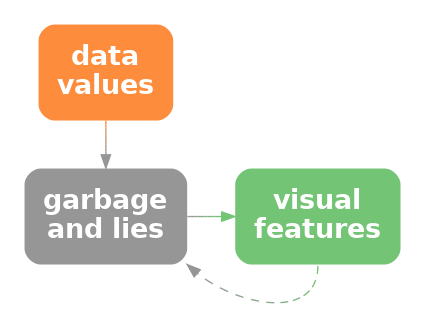
Above: Diagrams/lie-vis-decode.png in pmur002/hdvw (Graphviz), before the change. Its source is kept beside it as Diagrams/lie-vis-decode.dot.
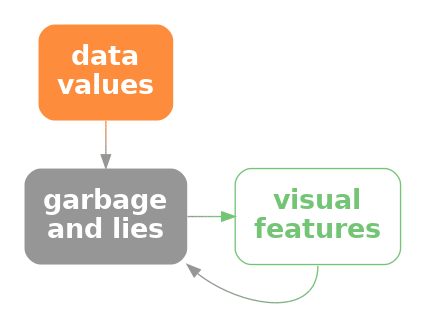
The same file after the commit.

The edit, as a diff of the source:
```diff
@@ -4,9 +4,9 @@
   data [ label="data\nvalues"; shape=box; style="filled, rounded"; penwidth=0; fontcolor=white; fillcolor="#FD8D3C" ]
   lie [ label="garbage\nand lies"; shape=box; style="filled, rounded"; penwidth=0; fontcolor=white; fillcolor="#969696" ]
   vis [ label="visual\nfeatures"; shape=box;
-     style="filled, rounded"; penwidth=0; fontcolor=white; fillcolor="#74C476" ]
-  data -> lie [ color="#FD8D3C;0.1:#F28E46;0.1:#E68F50;0.1:#DB905A;0.1:#CF9164;0.1:#C4926E;0.1:#B89378;0.1:#AD9482;0.1:#A1958C;0.1:#969696;0.1" ]
-  lie -> vis [ color="#969696;0.1:#929B92;0.1:#8EA08F;0.1:#8BA58B;0.1:#87AA88;0.1:#83B084;0.1:#7FB581;0.1:#7CBA7D;0.1:#78BF7A;0.1:#74C476;0.1" ]
-  vis:s -> lie:se [ style="dashed", color="#74C476;0.1:#78BF7A;0.1:#7CBA7D;0.1:#7FB581;0.1:#83B084;0.1:#87AA88;0.1:#8BA58B;0.1:#8EA08F;0.1:#929B92;0.1:#969696;0.1" ]
+     style="rounded"; color="#74C476"; fontcolor="#74C476" ]
+  data -> lie [ style="solid"; penwidth=1; color="#FD8D3C;0.1:#F28E46;0.1:#E68F50;0.1:#DB905A;0.1:#CF9164;0.1:#C4926E;0.1:#B89378;0.1:#AD9482;0.1:#A1958C;0.1:#969696;0.1" ]
+  lie -> vis [ style="bold"; penwidth=1; color="#969696;0.1:#929B92;0.1:#8EA08F;0.1:#8BA58B;0.1:#87AA88;0.1:#83B084;0.1:#7FB581;0.1:#7CBA7D;0.1:#78BF7A;0.1:#74C476;0.1" ]
+  vis:s -> lie:se [ style="solid", color="#74C476;0.1:#78BF7A;0.1:#7CBA7D;0.1:#7FB581;0.1:#83B084;0.1:#87AA88;0.1:#8BA58B;0.1:#8EA08F;0.1:#929B92;0.1:#969696;0.1" ]
 { rank=same; data, lie }
 }
```
